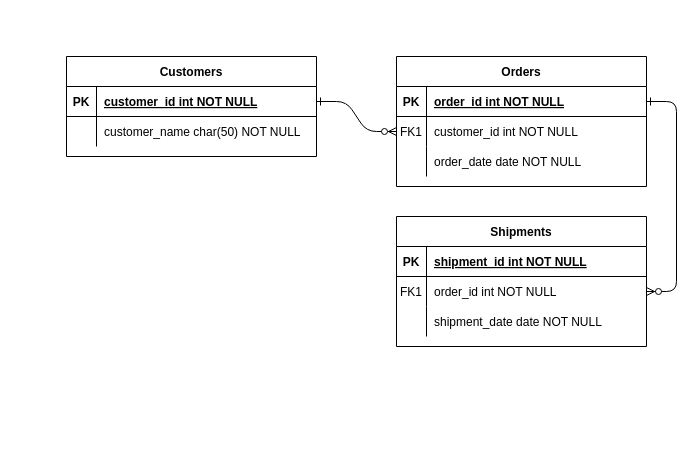
Before: BookHaven.drawio in Joesby/Database-Fundamentals, a draw.io diagram. Source tidied: cells renumbered, new cells numbered last; positions are measured from the earlier drawing's top-left corner, leaving out a move shared by most shapes. Both pictures are drawn from the tidied source at 100%, with x=0, y=0 at pixel (66, 56).
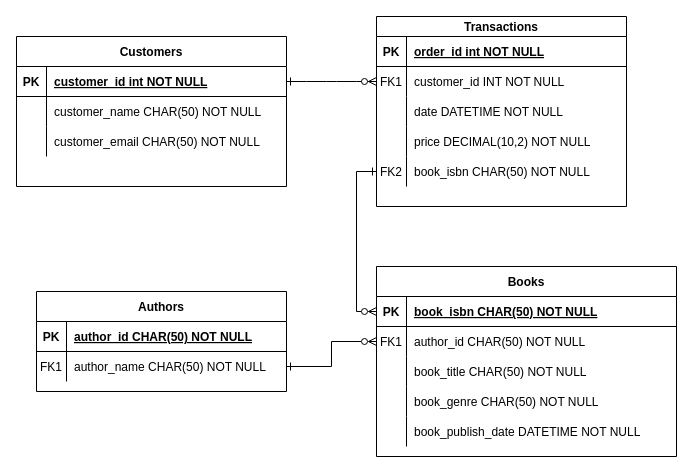
The same diagram, later.

Unchanged cells that the change refers to:
```xml
<mxCell id="15" style="shape=partialRectangle;fillColor=none;top=0;left=0;right=0;bottom=1;" parent="14" vertex="1">
  <mxGeometry y="30" width="250" height="30" as="geometry" />
</mxCell>
<mxCell id="18" style="shape=partialRectangle;fillColor=none;points=[[0,0.5],[1,0.5]];portConstraint=eastwest;top=0;left=0;right=0;bottom=0;" parent="14" vertex="1">
  <mxGeometry y="60" width="250" height="30" as="geometry" />
</mxCell>
```

Change to the diagram source:
```diff
@@
-    <mxCell id="3" style="edgeStyle=entityRelationEdgeStyle;endArrow=ERzeroToMany;startArrow=ERone;endFill=1;startFill=0;" parent="1" edge="1" source="5" target="18">
-      <mxGeometry relative="1" as="geometry" />
-    </mxCell>
-    <mxCell id="4" value="Orders" style="shape=table;startSize=30;childLayout=tableLayout;rowLines=0;fontStyle=1;align=center;" parent="1" vertex="1">
-      <mxGeometry x="330" width="250" height="130" as="geometry" />
+    <mxCell id="4" value="Transactions" style="shape=table;startSize=20;childLayout=tableLayout;rowLines=0;fontStyle=1;align=center;" parent="1" vertex="1">
+      <mxGeometry x="310" y="-40" width="250" height="190" as="geometry" />
     </mxCell>
     <mxCell id="5" style="shape=partialRectangle;fillColor=none;points=[[0,0.5],[1,0.5]];portConstraint=eastwest;top=0;left=0;right=0;bottom=1;" parent="4" vertex="1">
-      <mxGeometry y="30" width="250" height="30" as="geometry" />
+      <mxGeometry y="20" width="250" height="30" as="geometry" />
     </mxCell>
@@
     <mxCell id="8" style="shape=partialRectangle;fillColor=none;points=[[0,0.5],[1,0.5]];portConstraint=eastwest;top=0;left=0;right=0;bottom=0;" parent="4" vertex="1">
-      <mxGeometry y="60" width="250" height="30" as="geometry" />
+      <mxGeometry y="50" width="250" height="30" as="geometry" />
     </mxCell>
@@
-    <mxCell id="10" value="customer_id int NOT NULL" style="shape=partialRectangle;overflow=hidden;fillColor=none;top=0;left=0;bottom=0;right=0;align=left;spacingLeft=6;" parent="8" vertex="1">
+    <mxCell id="10" value="customer_id INT NOT NULL" style="shape=partialRectangle;overflow=hidden;fillColor=none;top=0;left=0;bottom=0;right=0;align=left;spacingLeft=6;" parent="8" vertex="1">
       <mxGeometry x="30" width="220" height="30" as="geometry" />
     </mxCell>
     <mxCell id="11" style="shape=partialRectangle;fillColor=none;top=0;left=0;right=0;bottom=0;" parent="4" vertex="1">
-      <mxGeometry y="90" width="250" height="30" as="geometry" />
+      <mxGeometry y="80" width="250" height="30" as="geometry" />
     </mxCell>
@@
-    <mxCell id="13" value="order_date date NOT NULL" style="shape=partialRectangle;overflow=hidden;fillColor=none;top=0;left=0;bottom=0;right=0;align=left;spacingLeft=6;" parent="11" vertex="1">
+    <mxCell id="13" value="date DATETIME NOT NULL" style="shape=partialRectangle;overflow=hidden;fillColor=none;top=0;left=0;bottom=0;right=0;align=left;spacingLeft=6;" parent="11" vertex="1">
       <mxGeometry x="30" width="220" height="30" as="geometry" />
     </mxCell>
+    <mxCell id="31" style="shape=partialRectangle;fillColor=none;top=0;left=0;right=0;bottom=0;" parent="4" vertex="1">
+      <mxGeometry y="110" width="250" height="30" as="geometry" />
+    </mxCell>
+    <mxCell id="32" style="shape=partialRectangle;overflow=hidden;fillColor=none;top=0;left=0;bottom=0;right=0;" parent="31" vertex="1">
+      <mxGeometry width="30" height="30" as="geometry" />
+    </mxCell>
+    <mxCell id="33" value="price DECIMAL(10,2) NOT NULL" style="shape=partialRectangle;overflow=hidden;fillColor=none;top=0;left=0;bottom=0;right=0;align=left;spacingLeft=6;" parent="31" vertex="1">
+      <mxGeometry x="30" width="220" height="30" as="geometry" />
+    </mxCell>
+    <mxCell id="34" style="shape=partialRectangle;fillColor=none;points=[[0,0.5],[1,0.5]];portConstraint=eastwest;top=0;left=0;right=0;bottom=0;" parent="4" vertex="1">
+      <mxGeometry y="140" width="250" height="30" as="geometry" />
+    </mxCell>
+    <mxCell id="35" value="FK2" style="shape=partialRectangle;overflow=hidden;fillColor=none;top=0;left=0;bottom=0;right=0;" parent="34" vertex="1">
+      <mxGeometry width="30" height="30" as="geometry" />
+    </mxCell>
+    <mxCell id="36" value="book_isbn CHAR(50) NOT NULL" style="shape=partialRectangle;overflow=hidden;fillColor=none;top=0;left=0;bottom=0;right=0;align=left;spacingLeft=6;" parent="34" vertex="1">
+      <mxGeometry x="30" width="220" height="30" as="geometry" />
+    </mxCell>
-    <mxCell id="14" value="Shipments" style="shape=table;startSize=30;childLayout=tableLayout;rowLines=0;fontStyle=1;align=center;" parent="1" vertex="1">
-      <mxGeometry x="330" y="160" width="250" height="130" as="geometry" />
+    <mxCell id="14" value="Authors" style="shape=table;startSize=30;childLayout=tableLayout;rowLines=0;fontStyle=1;align=center;" parent="1" vertex="1">
+      <mxGeometry x="-30" y="235" width="250" height="100" as="geometry" />
     </mxCell>
@@
-    <mxCell id="17" value="shipment_id int NOT NULL " style="shape=partialRectangle;overflow=hidden;fillColor=none;top=0;left=0;bottom=0;right=0;align=left;spacingLeft=6;fontStyle=5;" parent="15" vertex="1">
+    <mxCell id="17" value="author_id CHAR(50) NOT NULL " style="shape=partialRectangle;overflow=hidden;fillColor=none;top=0;left=0;bottom=0;right=0;align=left;spacingLeft=6;fontStyle=5;" parent="15" vertex="1">
       <mxGeometry x="30" width="220" height="30" as="geometry" />
     </mxCell>
@@
-    <mxCell id="20" value="order_id int NOT NULL" style="shape=partialRectangle;overflow=hidden;fillColor=none;top=0;left=0;bottom=0;right=0;align=left;spacingLeft=6;" parent="18" vertex="1">
+    <mxCell id="20" value="author_name CHAR(50) NOT NULL" style="shape=partialRectangle;overflow=hidden;fillColor=none;top=0;left=0;bottom=0;right=0;align=left;spacingLeft=6;" parent="18" vertex="1">
       <mxGeometry x="30" width="220" height="30" as="geometry" />
     </mxCell>
-    <mxCell id="21" style="shape=partialRectangle;fillColor=none;top=0;left=0;right=0;bottom=0;" parent="14" vertex="1">
-      <mxGeometry y="90" width="250" height="30" as="geometry" />
-    </mxCell>
-    <mxCell id="22" style="shape=partialRectangle;overflow=hidden;fillColor=none;top=0;left=0;bottom=0;right=0;" parent="21" vertex="1">
-      <mxGeometry width="30" height="30" as="geometry" />
-    </mxCell>
-    <mxCell id="23" value="shipment_date date NOT NULL" style="shape=partialRectangle;overflow=hidden;fillColor=none;top=0;left=0;bottom=0;right=0;align=left;spacingLeft=6;" parent="21" vertex="1">
-      <mxGeometry x="30" width="220" height="30" as="geometry" />
-    </mxCell>
     <mxCell id="24" value="Customers" style="shape=table;startSize=30;childLayout=tableLayout;rowLines=0;fontStyle=1;align=center;" parent="1" vertex="1">
-      <mxGeometry width="250" height="100" as="geometry" />
+      <mxGeometry x="-50" y="-20" width="270" height="150" as="geometry" />
     </mxCell>
     <mxCell id="25" style="shape=partialRectangle;fillColor=none;points=[[0,0.5],[1,0.5]];portConstraint=eastwest;top=0;left=0;right=0;bottom=1;" parent="24" vertex="1">
-      <mxGeometry y="30" width="250" height="30" as="geometry" />
+      <mxGeometry y="30" width="270" height="30" as="geometry" />
     </mxCell>
@@
     <mxCell id="27" value="customer_id int NOT NULL " style="shape=partialRectangle;overflow=hidden;fillColor=none;top=0;left=0;bottom=0;right=0;align=left;spacingLeft=6;fontStyle=5;" parent="25" vertex="1">
-      <mxGeometry x="30" width="220" height="30" as="geometry" />
+      <mxGeometry x="30" width="240" height="30" as="geometry" />
     </mxCell>
     <mxCell id="28" style="shape=partialRectangle;fillColor=none;top=0;left=0;right=0;bottom=0;" parent="24" vertex="1">
-      <mxGeometry y="60" width="250" height="30" as="geometry" />
+      <mxGeometry y="60" width="270" height="30" as="geometry" />
     </mxCell>
@@
-    <mxCell id="30" value="customer_name char(50) NOT NULL" style="shape=partialRectangle;overflow=hidden;fillColor=none;top=0;left=0;bottom=0;right=0;align=left;spacingLeft=6;" parent="28" vertex="1">
-      <mxGeometry x="30" width="220" height="30" as="geometry" />
+    <mxCell id="30" value="customer_name CHAR(50) NOT NULL" style="shape=partialRectangle;overflow=hidden;fillColor=none;top=0;left=0;bottom=0;right=0;align=left;spacingLeft=6;" parent="28" vertex="1">
+      <mxGeometry x="30" width="240" height="30" as="geometry" />
     </mxCell>
+    <mxCell id="37" style="shape=partialRectangle;fillColor=none;top=0;left=0;right=0;bottom=0;" parent="24" vertex="1">
+      <mxGeometry y="90" width="270" height="30" as="geometry" />
+    </mxCell>
+    <mxCell id="38" style="shape=partialRectangle;overflow=hidden;fillColor=none;top=0;left=0;bottom=0;right=0;" parent="37" vertex="1">
+      <mxGeometry width="30" height="30" as="geometry" />
+    </mxCell>
+    <mxCell id="39" value="customer_email CHAR(50) NOT NULL" style="shape=partialRectangle;overflow=hidden;fillColor=none;top=0;left=0;bottom=0;right=0;align=left;spacingLeft=6;" parent="37" vertex="1">
+      <mxGeometry x="30" width="240" height="30" as="geometry" />
+    </mxCell>
+    <mxCell id="40" value="Books" style="shape=table;startSize=30;childLayout=tableLayout;rowLines=0;fontStyle=1;align=center;" parent="1" vertex="1">
+      <mxGeometry x="310" y="210" width="300" height="190" as="geometry" />
+    </mxCell>
+    <mxCell id="41" style="shape=partialRectangle;fillColor=none;points=[[0,0.5],[1,0.5]];portConstraint=eastwest;top=0;left=0;right=0;bottom=1;" parent="40" vertex="1">
+      <mxGeometry y="30" width="300" height="30" as="geometry" />
+    </mxCell>
+    <mxCell id="42" value="PK" style="shape=partialRectangle;overflow=hidden;fillColor=none;top=0;left=0;bottom=0;right=0;fontStyle=1;" parent="41" vertex="1">
+      <mxGeometry width="30" height="30" as="geometry" />
+    </mxCell>
+    <mxCell id="43" value="book_isbn CHAR(50) NOT NULL " style="shape=partialRectangle;overflow=hidden;fillColor=none;top=0;left=0;bottom=0;right=0;align=left;spacingLeft=6;fontStyle=5;" parent="41" vertex="1">
+      <mxGeometry x="30" width="270" height="30" as="geometry" />
+    </mxCell>
+    <mxCell id="44" style="shape=partialRectangle;fillColor=none;points=[[0,0.5],[1,0.5]];portConstraint=eastwest;top=0;left=0;right=0;bottom=0;" parent="40" vertex="1">
+      <mxGeometry y="60" width="300" height="30" as="geometry" />
+    </mxCell>
+    <mxCell id="45" value="FK1" style="shape=partialRectangle;overflow=hidden;fillColor=none;top=0;left=0;bottom=0;right=0;" parent="44" vertex="1">
+      <mxGeometry width="30" height="30" as="geometry" />
+    </mxCell>
+    <mxCell id="46" value="author_id CHAR(50) NOT NULL" style="shape=partialRectangle;overflow=hidden;fillColor=none;top=0;left=0;bottom=0;right=0;align=left;spacingLeft=6;" parent="44" vertex="1">
+      <mxGeometry x="30" width="270" height="30" as="geometry" />
+    </mxCell>
+    <mxCell id="47" style="shape=partialRectangle;fillColor=none;top=0;left=0;right=0;bottom=0;" parent="40" vertex="1">
+      <mxGeometry y="90" width="300" height="30" as="geometry" />
+    </mxCell>
+    <mxCell id="48" style="shape=partialRectangle;overflow=hidden;fillColor=none;top=0;left=0;bottom=0;right=0;" parent="47" vertex="1">
+      <mxGeometry width="30" height="30" as="geometry" />
+    </mxCell>
+    <mxCell id="49" value="book_title CHAR(50) NOT NULL" style="shape=partialRectangle;overflow=hidden;fillColor=none;top=0;left=0;bottom=0;right=0;align=left;spacingLeft=6;" parent="47" vertex="1">
+      <mxGeometry x="30" width="270" height="30" as="geometry" />
+    </mxCell>
+    <mxCell id="50" style="shape=partialRectangle;fillColor=none;top=0;left=0;right=0;bottom=0;" parent="40" vertex="1">
+      <mxGeometry y="120" width="300" height="30" as="geometry" />
+    </mxCell>
+    <mxCell id="51" style="shape=partialRectangle;overflow=hidden;fillColor=none;top=0;left=0;bottom=0;right=0;" parent="50" vertex="1">
+      <mxGeometry width="30" height="30" as="geometry" />
+    </mxCell>
+    <mxCell id="52" value="book_genre CHAR(50) NOT NULL" style="shape=partialRectangle;overflow=hidden;fillColor=none;top=0;left=0;bottom=0;right=0;align=left;spacingLeft=6;" parent="50" vertex="1">
+      <mxGeometry x="30" width="270" height="30" as="geometry" />
+    </mxCell>
+    <mxCell id="53" style="shape=partialRectangle;fillColor=none;top=0;left=0;right=0;bottom=0;" parent="40" vertex="1">
+      <mxGeometry y="150" width="300" height="30" as="geometry" />
+    </mxCell>
+    <mxCell id="54" style="shape=partialRectangle;overflow=hidden;fillColor=none;top=0;left=0;bottom=0;right=0;" parent="53" vertex="1">
+      <mxGeometry width="30" height="30" as="geometry" />
+    </mxCell>
+    <mxCell id="55" value="book_publish_date DATETIME NOT NULL" style="shape=partialRectangle;overflow=hidden;fillColor=none;top=0;left=0;bottom=0;right=0;align=left;spacingLeft=6;" parent="53" vertex="1">
+      <mxGeometry x="30" width="270" height="30" as="geometry" />
+    </mxCell>
+    <mxCell id="56" style="edgeStyle=orthogonalEdgeStyle;rounded=0;jettySize=auto;html=1;startArrow=ERone;startFill=0;endArrow=ERzeroToMany;endFill=0;entryX=0;entryY=0.5;entryDx=0;entryDy=0;" parent="1" edge="1" source="34" target="41">
+      <mxGeometry relative="1" as="geometry">
+        <Array as="points">
+          <mxPoint x="290" y="115" />
+          <mxPoint x="290" y="255" />
+        </Array>
+      </mxGeometry>
+    </mxCell>
+    <mxCell id="57" style="edgeStyle=orthogonalEdgeStyle;rounded=0;jettySize=auto;html=1;entryX=0;entryY=0.5;entryDx=0;entryDy=0;endArrow=ERzeroToMany;endFill=0;startArrow=ERone;startFill=0;" parent="1" edge="1" source="18" target="44">
+      <mxGeometry relative="1" as="geometry" />
+    </mxCell>
```
